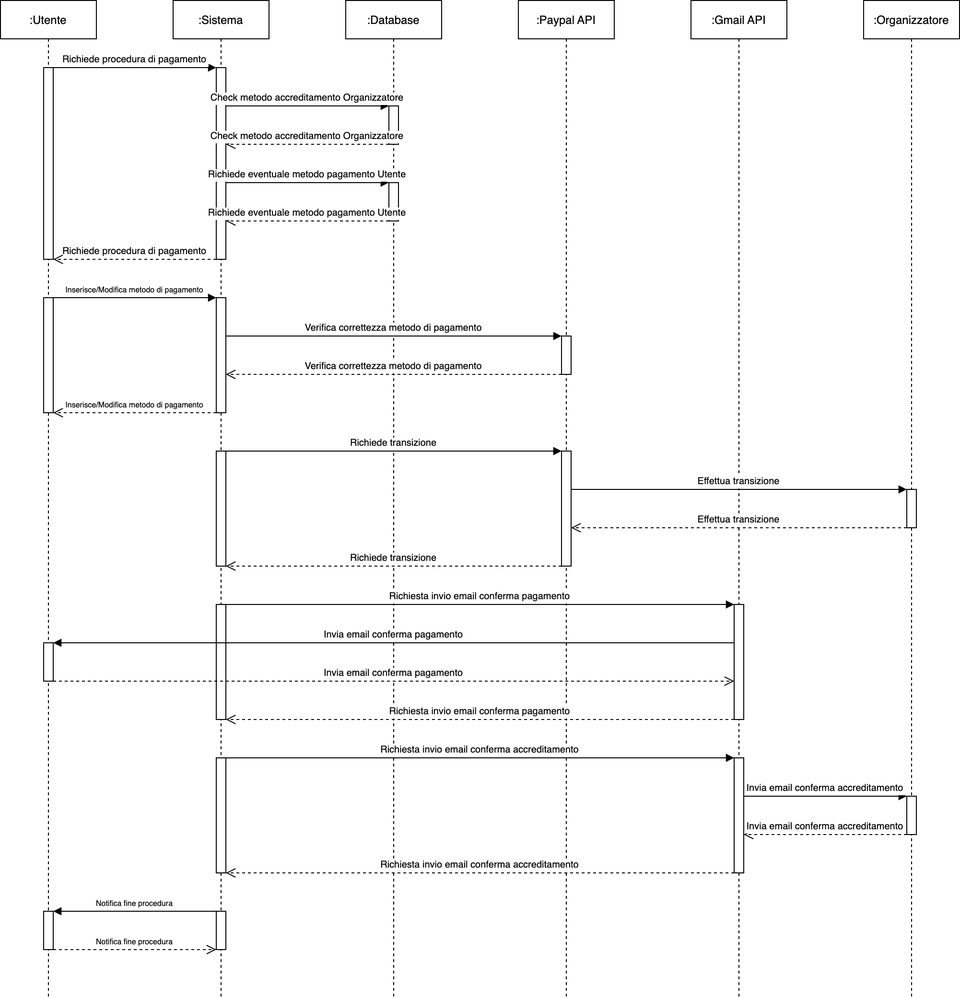
Earlier version of the draw.io export Sequence/RF15_Iscrizione/Pagamento.png (4spot-team/documentation). Source tidied: cells renumbered, new cells last; positions are measured from the earlier drawing's top-left corner, leaving out a move shared by most shapes.
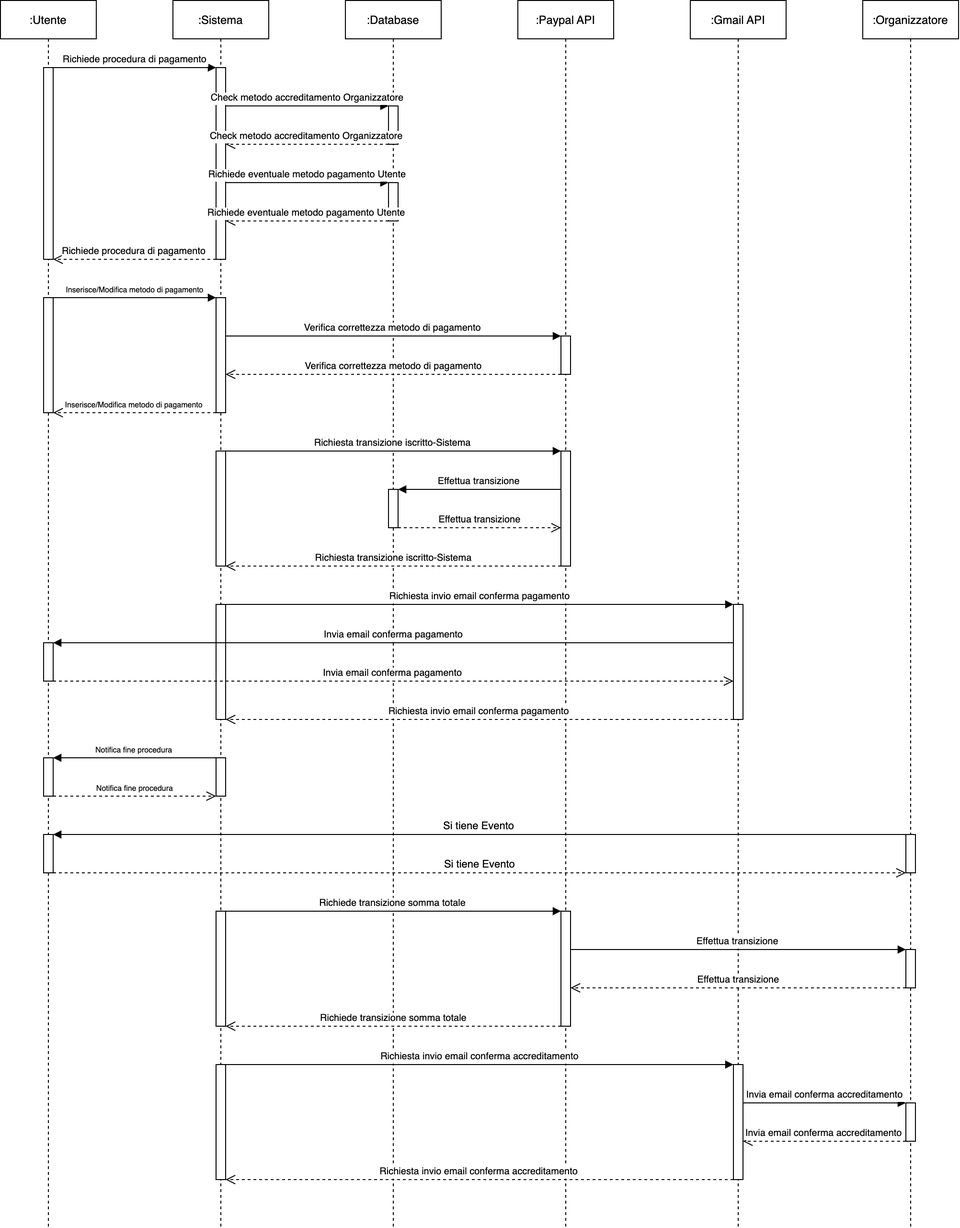
Above is the later version.

Commit message:
Add System IBAN.

Diff of the diagram source:
```diff
@@ -3,16 +3,10 @@
     <mxCell id="0" />
     <mxCell id="1" parent="0" />
     <mxCell id="2" value=":Organizzatore" style="shape=umlLifeline;perimeter=lifelinePerimeter;rounded=0;shadow=0;strokeWidth=1;" parent="1" vertex="1">
-      <mxGeometry x="900" width="100" height="1040" as="geometry" />
+      <mxGeometry x="900" width="100" height="1280" as="geometry" />
     </mxCell>
-    <mxCell id="3" style="perimeter=orthogonalPerimeter;rounded=0;shadow=0;strokeWidth=1;" parent="2" vertex="1">
-      <mxGeometry x="45" y="510" width="10" height="40" as="geometry" />
-    </mxCell>
-    <mxCell id="4" style="perimeter=orthogonalPerimeter;rounded=0;shadow=0;strokeWidth=1;" parent="2" vertex="1">
-      <mxGeometry x="45" y="830" width="10" height="40" as="geometry" />
-    </mxCell>
     <mxCell id="5" value=":Sistema" style="shape=umlLifeline;perimeter=lifelinePerimeter;rounded=0;shadow=0;strokeWidth=1;" parent="1" vertex="1">
-      <mxGeometry x="180" width="100" height="1040" as="geometry" />
+      <mxGeometry x="180" width="100" height="1280" as="geometry" />
     </mxCell>
     <mxCell id="6" style="points=[];perimeter=orthogonalPerimeter;rounded=0;shadow=0;strokeWidth=1;" parent="5" vertex="1">
       <mxGeometry x="45" y="70" width="10" height="200" as="geometry" />
@@ -20,20 +14,14 @@
     <mxCell id="7" style="perimeter=orthogonalPerimeter;rounded=0;shadow=0;strokeWidth=1;" parent="5" vertex="1">
       <mxGeometry x="45" y="310" width="10" height="120" as="geometry" />
     </mxCell>
-    <mxCell id="8" style="perimeter=orthogonalPerimeter;rounded=0;shadow=0;strokeWidth=1;" parent="5" vertex="1">
-      <mxGeometry x="45" y="470" width="10" height="120" as="geometry" />
-    </mxCell>
     <mxCell id="9" style="perimeter=orthogonalPerimeter;rounded=0;shadow=0;strokeWidth=1;" parent="5" vertex="1">
       <mxGeometry x="45" y="630" width="10" height="120" as="geometry" />
     </mxCell>
-    <mxCell id="10" style="perimeter=orthogonalPerimeter;rounded=0;shadow=0;strokeWidth=1;" parent="5" vertex="1">
-      <mxGeometry x="45" y="790" width="10" height="120" as="geometry" />
-    </mxCell>
     <mxCell id="11" style="perimeter=orthogonalPerimeter;rounded=0;shadow=0;strokeWidth=1;" parent="5" vertex="1">
-      <mxGeometry x="45" y="950" width="10" height="40" as="geometry" />
+      <mxGeometry x="45" y="790" width="10" height="40" as="geometry" />
     </mxCell>
     <mxCell id="12" value=":Utente" style="shape=umlLifeline;perimeter=lifelinePerimeter;rounded=0;shadow=0;strokeWidth=1;" parent="1" vertex="1">
-      <mxGeometry width="100" height="1040" as="geometry" />
+      <mxGeometry width="100" height="1280" as="geometry" />
     </mxCell>
     <mxCell id="13" style="perimeter=orthogonalPerimeter;rounded=0;shadow=0;strokeWidth=1;" parent="12" vertex="1">
       <mxGeometry x="45" y="70" width="10" height="200" as="geometry" />
@@ -45,26 +33,23 @@
       <mxGeometry x="45" y="670" width="10" height="40" as="geometry" />
     </mxCell>
     <mxCell id="16" style="perimeter=orthogonalPerimeter;rounded=0;shadow=0;strokeWidth=1;" parent="12" vertex="1">
-      <mxGeometry x="45" y="950" width="10" height="40" as="geometry" />
+      <mxGeometry x="45" y="790" width="10" height="40" as="geometry" />
     </mxCell>
     <mxCell id="17" value=":Paypal API" style="shape=umlLifeline;perimeter=lifelinePerimeter;rounded=0;shadow=0;strokeWidth=1;" parent="1" vertex="1">
-      <mxGeometry x="540" width="100" height="1040" as="geometry" />
+      <mxGeometry x="540" width="100" height="1280" as="geometry" />
     </mxCell>
     <mxCell id="18" style="perimeter=orthogonalPerimeter;rounded=0;shadow=0;strokeWidth=1;" parent="17" vertex="1">
       <mxGeometry x="45" y="350" width="10" height="40" as="geometry" />
     </mxCell>
-    <mxCell id="19" style="perimeter=orthogonalPerimeter;rounded=0;shadow=0;strokeWidth=1;" parent="17" vertex="1">
-      <mxGeometry x="45" y="470" width="10" height="120" as="geometry" />
-    </mxCell>
     <mxCell id="20" value=":Gmail API" style="shape=umlLifeline;perimeter=lifelinePerimeter;rounded=0;shadow=0;strokeWidth=1;" parent="1" vertex="1">
-      <mxGeometry x="720" width="100" height="1040" as="geometry" />
+      <mxGeometry x="720" width="100" height="1280" as="geometry" />
     </mxCell>
     <mxCell id="21" style="perimeter=orthogonalPerimeter;rounded=0;shadow=0;strokeWidth=1;" parent="20" vertex="1">
       <mxGeometry x="45" y="630" width="10" height="120" as="geometry" />
     </mxCell>
-    <mxCell id="22" style="perimeter=orthogonalPerimeter;rounded=0;shadow=0;strokeWidth=1;" parent="20" vertex="1">
-      <mxGeometry x="45" y="790" width="10" height="120" as="geometry" />
-    </mxCell>
+    <mxCell id="50" style="points=[];perimeter=orthogonalPerimeter;rounded=0;shadow=0;strokeWidth=1;" parent="20" vertex="1">
+      <mxGeometry x="-135" y="470" width="10" height="120" as="geometry" />
+    </mxCell>
     <mxCell id="23" value="Richiede procedura di pagamento" style="verticalAlign=bottom;endArrow=block;shadow=0;strokeWidth=1;fontSize=10;" parent="1" edge="1">
       <mxGeometry relative="1" as="geometry">
         <mxPoint x="55" y="70" as="sourcePoint" />
@@ -72,7 +57,7 @@
       </mxGeometry>
     </mxCell>
     <mxCell id="24" value=":Database" style="shape=umlLifeline;perimeter=lifelinePerimeter;rounded=0;shadow=0;strokeWidth=1;" parent="1" vertex="1">
-      <mxGeometry x="360" width="100" height="1040" as="geometry" />
+      <mxGeometry x="360" width="100" height="1280" as="geometry" />
     </mxCell>
     <mxCell id="25" style="points=[];perimeter=orthogonalPerimeter;rounded=0;shadow=0;strokeWidth=1;" parent="24" vertex="1">
       <mxGeometry x="45" y="110" width="10" height="40" as="geometry" />
@@ -130,30 +115,6 @@
         <mxPoint x="235" y="390" as="targetPoint" />
       </mxGeometry>
     </mxCell>
-    <mxCell id="36" value="Richiede transizione" style="verticalAlign=bottom;endArrow=block;shadow=0;strokeWidth=1;fontSize=10;" parent="1" edge="1">
-      <mxGeometry relative="1" as="geometry">
-        <mxPoint x="235" y="470" as="sourcePoint" />
-        <mxPoint x="585" y="470" as="targetPoint" />
-      </mxGeometry>
-    </mxCell>
-    <mxCell id="37" value="Richiede transizione" style="verticalAlign=bottom;endArrow=open;dashed=1;endSize=8;shadow=0;strokeWidth=1;fontSize=10;" parent="1" edge="1">
-      <mxGeometry relative="1" as="geometry">
-        <mxPoint x="585" y="590" as="sourcePoint" />
-        <mxPoint x="235" y="590" as="targetPoint" />
-      </mxGeometry>
-    </mxCell>
-    <mxCell id="38" value="Effettua transizione" style="verticalAlign=bottom;endArrow=block;shadow=0;strokeWidth=1;fontSize=10;" parent="1" edge="1">
-      <mxGeometry relative="1" as="geometry">
-        <mxPoint x="595" y="510" as="sourcePoint" />
-        <mxPoint x="945" y="510" as="targetPoint" />
-      </mxGeometry>
-    </mxCell>
-    <mxCell id="39" value="Effettua transizione" style="verticalAlign=bottom;endArrow=open;dashed=1;endSize=8;shadow=0;strokeWidth=1;fontSize=10;" parent="1" edge="1">
-      <mxGeometry relative="1" as="geometry">
-        <mxPoint x="945" y="550" as="sourcePoint" />
-        <mxPoint x="595" y="550" as="targetPoint" />
-      </mxGeometry>
-    </mxCell>
     <mxCell id="40" value="Invia email conferma pagamento" style="verticalAlign=bottom;endArrow=block;shadow=0;strokeWidth=1;fontSize=10;" parent="1" edge="1" target="15">
       <mxGeometry relative="1" as="geometry">
         <mxPoint x="765" y="670" as="sourcePoint" />
@@ -164,53 +125,139 @@
         <mxPoint x="765" y="710" as="targetPoint" />
       </mxGeometry>
     </mxCell>
+    <mxCell id="44" value="Richiesta invio email conferma pagamento" style="verticalAlign=bottom;endArrow=block;shadow=0;strokeWidth=1;fontSize=10;" parent="1" edge="1">
+      <mxGeometry relative="1" as="geometry">
+        <mxPoint x="235" y="630" as="sourcePoint" />
+        <mxPoint x="765" y="630" as="targetPoint" />
+      </mxGeometry>
+    </mxCell>
+    <mxCell id="45" value="Richiesta invio email conferma pagamento" style="verticalAlign=bottom;endArrow=open;dashed=1;endSize=8;shadow=0;strokeWidth=1;fontSize=10;" parent="1" edge="1">
+      <mxGeometry relative="1" as="geometry">
+        <mxPoint x="765" y="750" as="sourcePoint" />
+        <mxPoint x="235" y="750" as="targetPoint" />
+      </mxGeometry>
+    </mxCell>
+    <mxCell id="48" value="Notifica fine procedura" style="verticalAlign=bottom;endArrow=block;shadow=0;strokeWidth=1;fontSize=8;" parent="1" edge="1">
+      <mxGeometry relative="1" as="geometry">
+        <mxPoint x="225" y="790" as="sourcePoint" />
+        <mxPoint x="55" y="790" as="targetPoint" />
+      </mxGeometry>
+    </mxCell>
+    <mxCell id="49" value="Notifica fine procedura" style="verticalAlign=bottom;endArrow=open;dashed=1;endSize=8;shadow=0;strokeWidth=1;fontSize=8;" parent="1" edge="1">
+      <mxGeometry relative="1" as="geometry">
+        <mxPoint x="55" y="830" as="sourcePoint" />
+        <mxPoint x="225" y="830" as="targetPoint" />
+      </mxGeometry>
+    </mxCell>
+    <mxCell id="51" style="perimeter=orthogonalPerimeter;rounded=0;shadow=0;strokeWidth=1;" parent="1" vertex="1">
+      <mxGeometry x="945" y="990" width="10" height="40" as="geometry" />
+    </mxCell>
+    <mxCell id="52" style="perimeter=orthogonalPerimeter;rounded=0;shadow=0;strokeWidth=1;" parent="1" vertex="1">
+      <mxGeometry x="225" y="950" width="10" height="120" as="geometry" />
+    </mxCell>
+    <mxCell id="53" style="perimeter=orthogonalPerimeter;rounded=0;shadow=0;strokeWidth=1;" parent="1" vertex="1">
+      <mxGeometry x="585" y="950" width="10" height="120" as="geometry" />
+    </mxCell>
+    <mxCell id="54" value="Richiede transizione somma totale" style="verticalAlign=bottom;endArrow=block;shadow=0;strokeWidth=1;fontSize=10;" parent="1" edge="1">
+      <mxGeometry relative="1" as="geometry">
+        <mxPoint x="235" y="950" as="sourcePoint" />
+        <mxPoint x="585" y="950" as="targetPoint" />
+      </mxGeometry>
+    </mxCell>
+    <mxCell id="55" value="Richiede transizione somma totale" style="verticalAlign=bottom;endArrow=open;dashed=1;endSize=8;shadow=0;strokeWidth=1;fontSize=10;" parent="1" edge="1">
+      <mxGeometry relative="1" as="geometry">
+        <mxPoint x="585" y="1070" as="sourcePoint" />
+        <mxPoint x="235" y="1070" as="targetPoint" />
+      </mxGeometry>
+    </mxCell>
+    <mxCell id="56" value="Effettua transizione" style="verticalAlign=bottom;endArrow=block;shadow=0;strokeWidth=1;fontSize=10;" parent="1" edge="1">
+      <mxGeometry relative="1" as="geometry">
+        <mxPoint x="595" y="990" as="sourcePoint" />
+        <mxPoint x="945" y="990" as="targetPoint" />
+      </mxGeometry>
+    </mxCell>
+    <mxCell id="57" value="Effettua transizione" style="verticalAlign=bottom;endArrow=open;dashed=1;endSize=8;shadow=0;strokeWidth=1;fontSize=10;" parent="1" edge="1">
+      <mxGeometry relative="1" as="geometry">
+        <mxPoint x="945" y="1030" as="sourcePoint" />
+        <mxPoint x="595" y="1030" as="targetPoint" />
+      </mxGeometry>
+    </mxCell>
+    <mxCell id="58" style="perimeter=orthogonalPerimeter;rounded=0;shadow=0;strokeWidth=1;" parent="1" vertex="1">
+      <mxGeometry x="405" y="510" width="10" height="40" as="geometry" />
+    </mxCell>
+    <mxCell id="59" style="perimeter=orthogonalPerimeter;rounded=0;shadow=0;strokeWidth=1;" parent="1" vertex="1">
+      <mxGeometry x="225" y="470" width="10" height="120" as="geometry" />
+    </mxCell>
+    <mxCell id="60" value="Effettua transizione" style="verticalAlign=bottom;endArrow=block;shadow=0;strokeWidth=1;fontSize=10;" parent="1" edge="1">
+      <mxGeometry relative="1" as="geometry">
+        <mxPoint x="585" y="510" as="sourcePoint" />
+        <mxPoint x="415" y="510" as="targetPoint" />
+      </mxGeometry>
+    </mxCell>
+    <mxCell id="61" value="Effettua transizione" style="verticalAlign=bottom;endArrow=open;dashed=1;endSize=8;shadow=0;strokeWidth=1;fontSize=10;" parent="1" edge="1">
+      <mxGeometry relative="1" as="geometry">
+        <mxPoint x="415" y="550" as="sourcePoint" />
+        <mxPoint x="585" y="550" as="targetPoint" />
+      </mxGeometry>
+    </mxCell>
+    <mxCell id="62" value="Richiesta transizione iscritto-Sistema" style="verticalAlign=bottom;endArrow=block;shadow=0;strokeWidth=1;fontSize=10;" parent="1" edge="1" target="50">
+      <mxGeometry relative="1" as="geometry">
+        <mxPoint x="235" y="470" as="sourcePoint" />
+      </mxGeometry>
+    </mxCell>
+    <mxCell id="63" value="Richiesta transizione iscritto-Sistema" style="verticalAlign=bottom;endArrow=open;dashed=1;endSize=8;shadow=0;strokeWidth=1;fontSize=10;" parent="1" edge="1" source="50">
+      <mxGeometry relative="1" as="geometry">
+        <mxPoint x="235" y="590" as="targetPoint" />
+      </mxGeometry>
+    </mxCell>
+    <mxCell id="64" style="points=[];perimeter=orthogonalPerimeter;rounded=0;shadow=0;strokeWidth=1;" parent="1" vertex="1">
+      <mxGeometry x="945" y="870" width="10" height="40" as="geometry" />
+    </mxCell>
+    <mxCell id="65" style="perimeter=orthogonalPerimeter;rounded=0;shadow=0;strokeWidth=1;" parent="1" vertex="1">
+      <mxGeometry x="45" y="870" width="10" height="40" as="geometry" />
+    </mxCell>
+    <mxCell id="66" value="Si tiene Evento" style="verticalAlign=bottom;endArrow=block;shadow=0;strokeWidth=1;fontSize=11;" parent="1" edge="1" source="64">
+      <mxGeometry relative="1" as="geometry">
+        <mxPoint x="55" y="870" as="targetPoint" />
+      </mxGeometry>
+    </mxCell>
+    <mxCell id="67" value="Si tiene Evento" style="verticalAlign=bottom;endArrow=open;dashed=1;endSize=8;shadow=0;strokeWidth=1;fontSize=11;" parent="1" edge="1" target="64">
+      <mxGeometry relative="1" as="geometry">
+        <mxPoint x="55" y="910" as="sourcePoint" />
+      </mxGeometry>
+    </mxCell>
+    <mxCell id="68" style="perimeter=orthogonalPerimeter;rounded=0;shadow=0;strokeWidth=1;" parent="1" vertex="1">
+      <mxGeometry x="945" y="1150" width="10" height="40" as="geometry" />
+    </mxCell>
+    <mxCell id="69" style="perimeter=orthogonalPerimeter;rounded=0;shadow=0;strokeWidth=1;" parent="1" vertex="1">
+      <mxGeometry x="225" y="1110" width="10" height="120" as="geometry" />
+    </mxCell>
+    <mxCell id="70" style="perimeter=orthogonalPerimeter;rounded=0;shadow=0;strokeWidth=1;" parent="1" vertex="1">
+      <mxGeometry x="765" y="1110" width="10" height="120" as="geometry" />
+    </mxCell>
     <mxCell id="42" value="Invia email conferma accreditamento" style="verticalAlign=bottom;endArrow=block;shadow=0;strokeWidth=1;fontSize=10;" parent="1" edge="1">
       <mxGeometry relative="1" as="geometry">
-        <mxPoint x="775" y="830" as="sourcePoint" />
-        <mxPoint x="945" y="830" as="targetPoint" />
+        <mxPoint x="775" y="1150" as="sourcePoint" />
+        <mxPoint x="945" y="1150" as="targetPoint" />
       </mxGeometry>
     </mxCell>
     <mxCell id="43" value="Invia email conferma accreditamento" style="verticalAlign=bottom;endArrow=open;dashed=1;endSize=8;shadow=0;strokeWidth=1;fontSize=10;" parent="1" edge="1">
       <mxGeometry relative="1" as="geometry">
-        <mxPoint x="945" y="870" as="sourcePoint" />
-        <mxPoint x="775" y="870" as="targetPoint" />
+        <mxPoint x="945" y="1190" as="sourcePoint" />
+        <mxPoint x="775" y="1190" as="targetPoint" />
       </mxGeometry>
     </mxCell>
-    <mxCell id="44" value="Richiesta invio email conferma pagamento" style="verticalAlign=bottom;endArrow=block;shadow=0;strokeWidth=1;fontSize=10;" parent="1" edge="1">
-      <mxGeometry relative="1" as="geometry">
-        <mxPoint x="235" y="630" as="sourcePoint" />
-        <mxPoint x="765" y="630" as="targetPoint" />
-      </mxGeometry>
-    </mxCell>
-    <mxCell id="45" value="Richiesta invio email conferma pagamento" style="verticalAlign=bottom;endArrow=open;dashed=1;endSize=8;shadow=0;strokeWidth=1;fontSize=10;" parent="1" edge="1">
-      <mxGeometry relative="1" as="geometry">
-        <mxPoint x="765" y="750" as="sourcePoint" />
-        <mxPoint x="235" y="750" as="targetPoint" />
-      </mxGeometry>
-    </mxCell>
     <mxCell id="46" value="Richiesta invio email conferma accreditamento" style="verticalAlign=bottom;endArrow=block;shadow=0;strokeWidth=1;fontSize=10;" parent="1" edge="1">
       <mxGeometry relative="1" as="geometry">
-        <mxPoint x="235" y="790" as="sourcePoint" />
-        <mxPoint x="765" y="790" as="targetPoint" />
+        <mxPoint x="235" y="1110" as="sourcePoint" />
+        <mxPoint x="765" y="1110" as="targetPoint" />
       </mxGeometry>
     </mxCell>
     <mxCell id="47" value="Richiesta invio email conferma accreditamento" style="verticalAlign=bottom;endArrow=open;dashed=1;endSize=8;shadow=0;strokeWidth=1;fontSize=10;" parent="1" edge="1">
       <mxGeometry relative="1" as="geometry">
-        <mxPoint x="765" y="910" as="sourcePoint" />
-        <mxPoint x="235" y="910" as="targetPoint" />
+        <mxPoint x="765" y="1230" as="sourcePoint" />
+        <mxPoint x="235" y="1230" as="targetPoint" />
       </mxGeometry>
     </mxCell>
-    <mxCell id="48" value="Notifica fine procedura" style="verticalAlign=bottom;endArrow=block;shadow=0;strokeWidth=1;fontSize=8;" parent="1" edge="1">
-      <mxGeometry relative="1" as="geometry">
-        <mxPoint x="225" y="950" as="sourcePoint" />
-        <mxPoint x="55" y="950" as="targetPoint" />
-      </mxGeometry>
-    </mxCell>
-    <mxCell id="49" value="Notifica fine procedura" style="verticalAlign=bottom;endArrow=open;dashed=1;endSize=8;shadow=0;strokeWidth=1;fontSize=8;" parent="1" edge="1">
-      <mxGeometry relative="1" as="geometry">
-        <mxPoint x="55" y="990" as="sourcePoint" />
-        <mxPoint x="225" y="990" as="targetPoint" />
-      </mxGeometry>
-    </mxCell>
   </root>
 </mxGraphModel>
```
